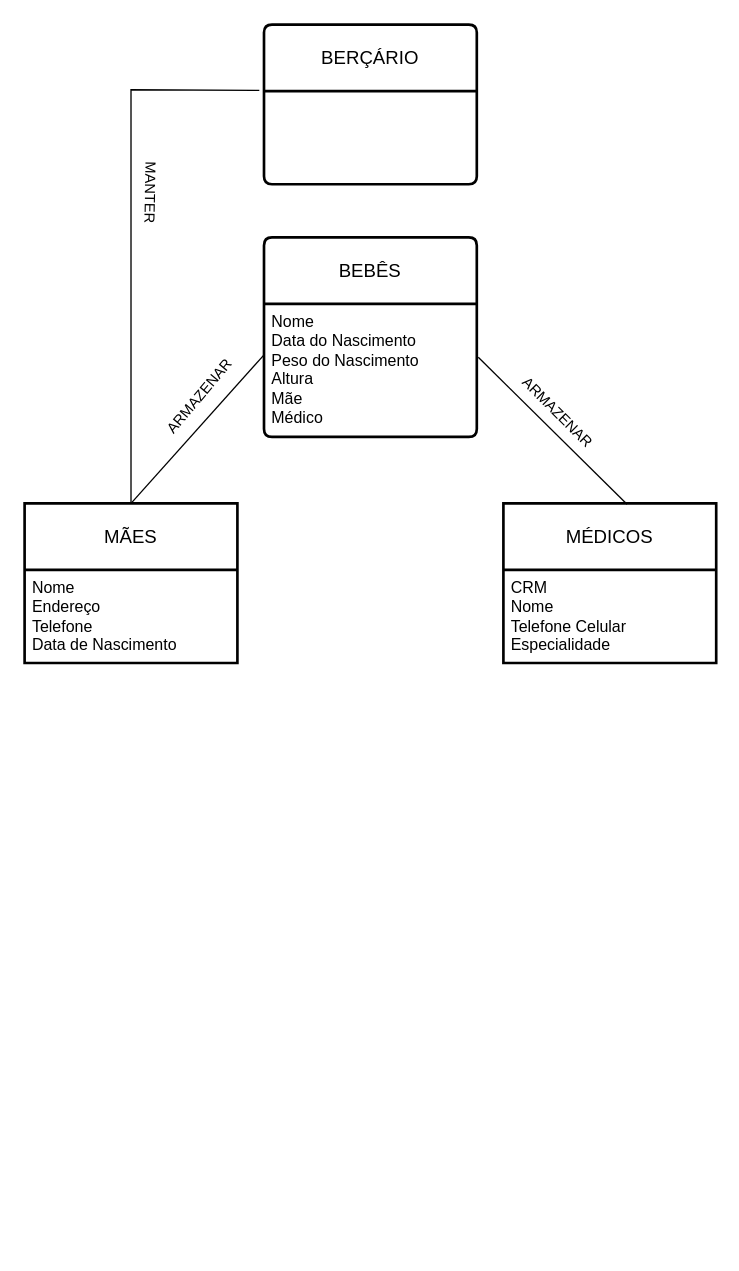
This is Exer 001.drawio from leoandrighetto/BANCO_DE_DADOS, a draw.io file, before an edit. Source tidied: cells renumbered, new cells numbered last; positions are measured from the earlier drawing's top-left corner, leaving out a move shared by most shapes. Both pictures are drawn from the tidied source at 133%, with x=0, y=0 at pixel (24, 24).
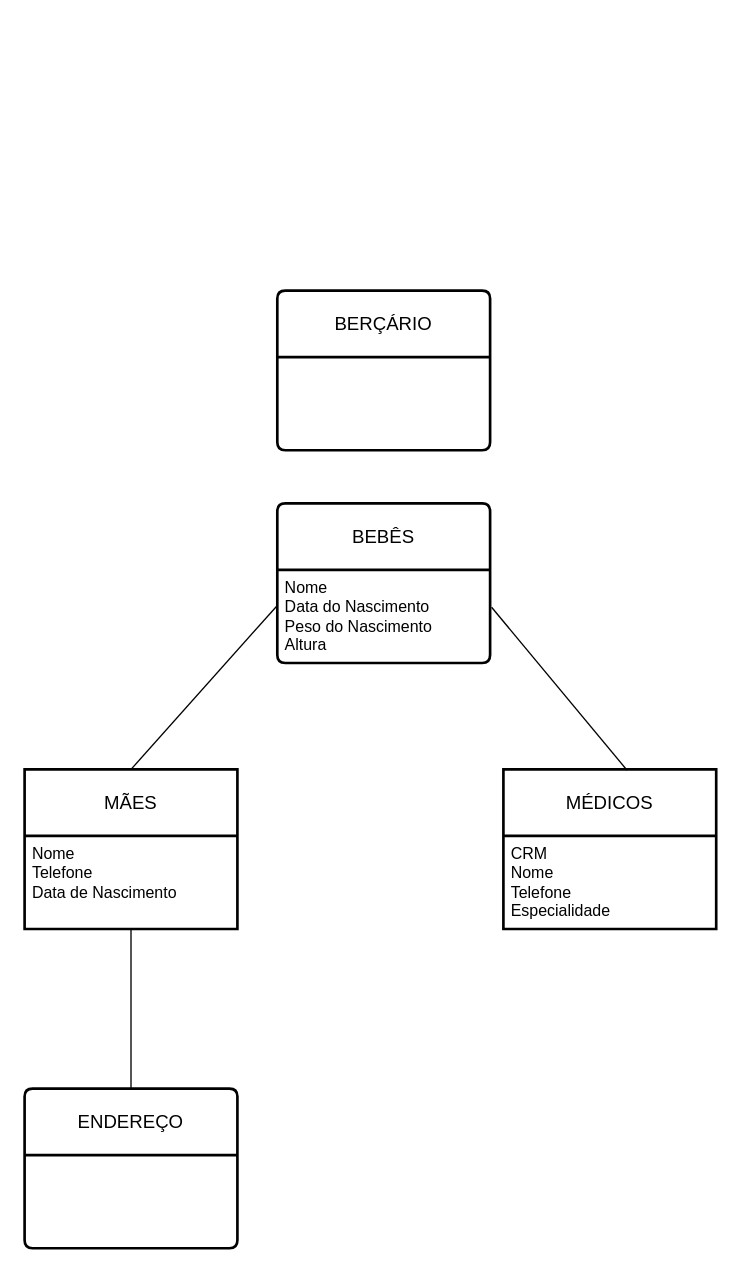
Above is the later version.

The change refers to these unchanged cells:
```xml
<mxCell id="10" style="endArrow=none;html=1;rounded=0;entryX=-0.002;entryY=0.387;entryDx=0;entryDy=0;exitX=0.5;exitY=0;exitDx=0;exitDy=0;entryPerimeter=0;" parent="1" edge="1" source="3" target="6">
  <mxGeometry relative="1" as="geometry" />
</mxCell>
<mxCell id="12" style="endArrow=none;html=1;rounded=0;entryX=1.007;entryY=0.401;entryDx=0;entryDy=0;entryPerimeter=0;exitX=0.581;exitY=0.005;exitDx=0;exitDy=0;exitPerimeter=0;" parent="1" edge="1" source="7" target="6">
  <mxGeometry relative="1" as="geometry" />
</mxCell>
```

Diff of the diagram source:
```diff
@@
     <mxCell id="2" style="edgeStyle=orthogonalEdgeStyle;rounded=0;jettySize=auto;html=1;" parent="1" edge="1" source="6" target="5">
       <mxGeometry relative="1" as="geometry">
         <Array as="points">
-          <mxPoint x="265" y="200" />
-          <mxPoint x="265" y="200" />
+          <mxPoint x="265" y="400" />
+          <mxPoint x="265" y="400" />
         </Array>
       </mxGeometry>
     </mxCell>
     <mxCell id="3" value="MÃES" style="swimlane;horizontal=1;startSize=50;rounded=1;fontSize=14;fontStyle=0;strokeWidth=2;shadow=0;dashed=0;align=center;arcSize=0;whiteSpace=wrap;html=1;" parent="1" vertex="1">
-      <mxGeometry y="360" width="160" height="120" as="geometry" />
+      <mxGeometry y="560" width="160" height="120" as="geometry" />
     </mxCell>
-    <mxCell id="4" value="Nome&lt;div&gt;Endereço&lt;/div&gt;&lt;div&gt;Telefone&lt;/div&gt;&lt;div&gt;Data de Nascimento&lt;/div&gt;" style="align=left;strokeColor=none;fillColor=none;spacingLeft=4;spacingRight=4;fontSize=12;verticalAlign=top;html=1;whiteSpace=wrap;" parent="3" vertex="1">
+    <mxCell id="4" value="Nome&lt;div&gt;Telefone&lt;/div&gt;&lt;div&gt;Data de Nascimento&lt;/div&gt;" style="align=left;strokeColor=none;fillColor=none;spacingLeft=4;spacingRight=4;fontSize=12;verticalAlign=top;html=1;whiteSpace=wrap;" parent="3" vertex="1">
       <mxGeometry y="50" width="160" height="70" as="geometry" />
     </mxCell>
     <mxCell id="5" value="BEBÊS" style="swimlane;horizontal=1;startSize=50;rounded=1;fontSize=14;fontStyle=0;strokeWidth=2;shadow=0;dashed=0;align=center;arcSize=4;whiteSpace=wrap;html=1;" parent="1" vertex="1">
-      <mxGeometry x="180" y="160" width="160" height="150" as="geometry" />
+      <mxGeometry x="190" y="360" width="160" height="120" as="geometry" />
     </mxCell>
-    <mxCell id="6" value="Nome&lt;div&gt;Data do Nascimento&lt;/div&gt;&lt;div&gt;Peso do Nascimento&lt;/div&gt;&lt;div&gt;Altura&lt;/div&gt;&lt;div&gt;Mãe&lt;/div&gt;&lt;div&gt;Médico&lt;/div&gt;&lt;div&gt;&lt;br&gt;&lt;/div&gt;" style="align=left;strokeColor=none;fillColor=none;spacingLeft=4;spacingRight=4;fontSize=12;verticalAlign=top;html=1;whiteSpace=wrap;" parent="5" vertex="1">
-      <mxGeometry y="50" width="160" height="100" as="geometry" />
+    <mxCell id="6" value="Nome&lt;div&gt;Data do Nascimento&lt;/div&gt;&lt;div&gt;Peso do Nascimento&lt;/div&gt;&lt;div&gt;Altura&lt;/div&gt;" style="align=left;strokeColor=none;fillColor=none;spacingLeft=4;spacingRight=4;fontSize=12;verticalAlign=top;html=1;whiteSpace=wrap;" parent="5" vertex="1">
+      <mxGeometry y="50" width="160" height="70" as="geometry" />
     </mxCell>
     <mxCell id="7" value="MÉDICOS" style="swimlane;horizontal=1;startSize=50;rounded=1;fontSize=14;fontStyle=0;strokeWidth=2;shadow=0;dashed=0;align=center;arcSize=0;whiteSpace=wrap;html=1;" parent="1" vertex="1">
-      <mxGeometry x="360" y="360" width="160" height="120" as="geometry" />
+      <mxGeometry x="360" y="560" width="160" height="120" as="geometry" />
     </mxCell>
-    <mxCell id="8" value="CRM&lt;div&gt;Nome&lt;/div&gt;&lt;div&gt;Telefone Celular&lt;/div&gt;&lt;div&gt;Especialidade&lt;/div&gt;" style="align=left;strokeColor=none;fillColor=none;spacingLeft=4;spacingRight=4;fontSize=12;verticalAlign=top;html=1;whiteSpace=wrap;" parent="7" vertex="1">
+    <mxCell id="8" value="CRM&lt;div&gt;Nome&lt;/div&gt;&lt;div&gt;Telefone&lt;/div&gt;&lt;div&gt;Especialidade&lt;/div&gt;" style="align=left;strokeColor=none;fillColor=none;spacingLeft=4;spacingRight=4;fontSize=12;verticalAlign=top;html=1;whiteSpace=wrap;" parent="7" vertex="1">
       <mxGeometry y="50" width="160" height="70" as="geometry" />
     </mxCell>
     <mxCell id="9" value="BERÇÁRIO" style="swimlane;horizontal=1;startSize=50;rounded=1;fontSize=14;fontStyle=0;strokeWidth=2;shadow=0;dashed=0;align=center;arcSize=4;whiteSpace=wrap;html=1;" parent="1" vertex="1">
-      <mxGeometry x="180" width="160" height="120" as="geometry" />
+      <mxGeometry x="190" y="200" width="160" height="120" as="geometry" />
     </mxCell>
@@
-    <mxCell id="11" value="ARMAZENAR" style="edgeLabel;html=1;align=center;verticalAlign=middle;rotation=-50;" parent="10" vertex="1">
-      <mxGeometry x="0.24" y="-3" relative="1" as="geometry">
-        <mxPoint x="-14" y="-13" as="offset" />
-      </mxGeometry>
-    </mxCell>
@@
-    <mxCell id="13" value="ARMAZENAR" style="edgeLabel;html=1;align=center;verticalAlign=middle;rotation=45;" parent="12" vertex="1">
-      <mxGeometry x="0.44" relative="1" as="geometry">
-        <mxPoint x="28" y="9" as="offset" />
-      </mxGeometry>
-    </mxCell>
-    <mxCell id="14" style="endArrow=none;html=1;rounded=0;exitX=0.5;exitY=0;exitDx=0;exitDy=0;entryX=-0.022;entryY=0.412;entryDx=0;entryDy=0;entryPerimeter=0;" parent="1" edge="1" source="3" target="9">
-      <mxGeometry relative="1" as="geometry">
-        <Array as="points">
-          <mxPoint x="80" y="49" />
-        </Array>
-      </mxGeometry>
-    </mxCell>
-    <mxCell id="15" value="MANTER" style="edgeLabel;html=1;align=center;verticalAlign=middle;rotation=91;" parent="14" vertex="1">
-      <mxGeometry x="0.17" y="-4" relative="1" as="geometry">
-        <mxPoint x="11" y="4" as="offset" />
-      </mxGeometry>
-    </mxCell>
+    <mxCell id="16" value="ENDEREÇO" style="swimlane;horizontal=1;startSize=50;rounded=1;fontSize=14;fontStyle=0;strokeWidth=2;shadow=0;dashed=0;align=center;arcSize=4;whiteSpace=wrap;html=1;" parent="1" vertex="1">
+      <mxGeometry y="800" width="160" height="120" as="geometry" />
+    </mxCell>
+    <mxCell id="17" value="&lt;div&gt;&lt;br&gt;&lt;/div&gt;" style="align=left;strokeColor=none;fillColor=none;spacingLeft=4;spacingRight=4;fontSize=12;verticalAlign=top;html=1;whiteSpace=wrap;" parent="16" vertex="1">
+      <mxGeometry y="50" width="160" height="70" as="geometry" />
+    </mxCell>
+    <mxCell id="18" style="endArrow=none;html=1;rounded=0;exitX=0.5;exitY=0;exitDx=0;exitDy=0;entryX=0.5;entryY=1;entryDx=0;entryDy=0;" parent="1" edge="1" source="16" target="4">
+      <mxGeometry relative="1" as="geometry" />
+    </mxCell>
```
